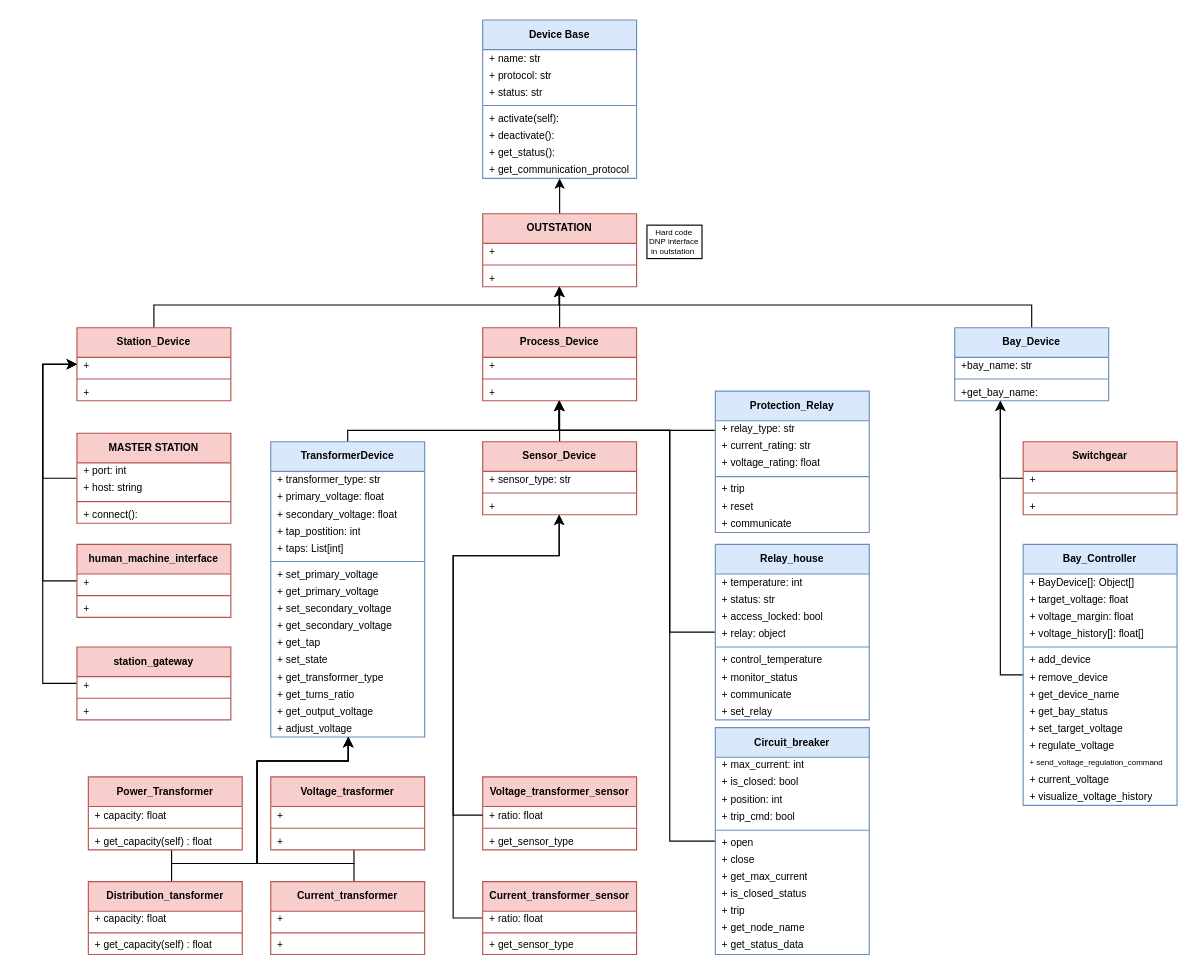
Before: device_modeling/documentation/Class diagram.drawio in cps-vip/cps-cosimulation-env, a draw.io diagram. Source tidied: cells renumbered, new cells numbered last; positions are measured from the earlier drawing's top-left corner, leaving out a move shared by most shapes. Both pictures are drawn from the tidied source at 114%, with x=0, y=0 at pixel (42, 19).
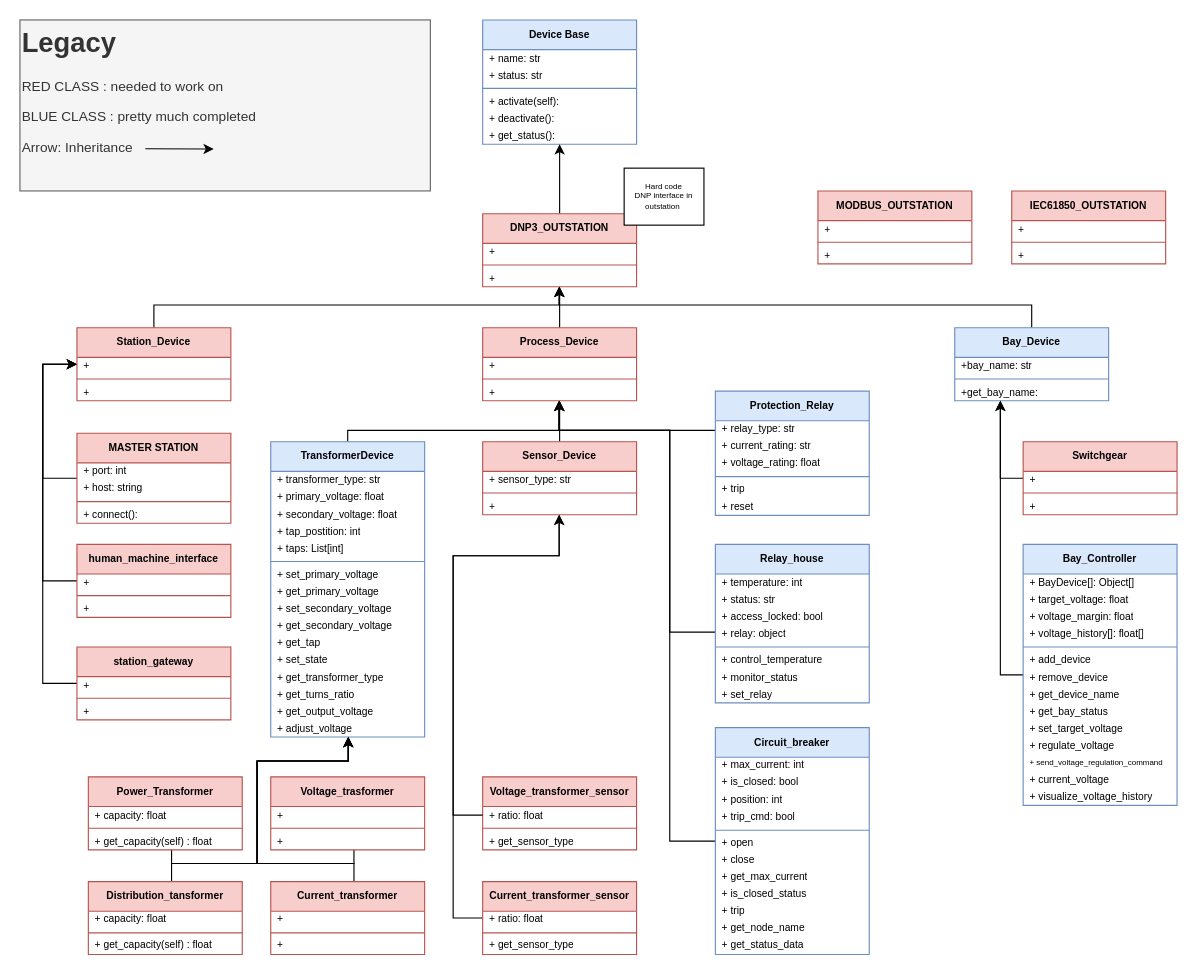
The same diagram, later.

Diff of the diagram source:
```diff
@@
-    <mxCell id="2" value="Hard code&lt;div style=&quot;font-size: 7px;&quot;&gt;DNP interface in outstation&amp;nbsp;&lt;/div&gt;" style="rounded=0;whiteSpace=wrap;html=1;fontSize=7;" parent="1" vertex="1">
-      <mxGeometry x="530" y="180" width="48.3" height="29.3" as="geometry" />
-    </mxCell>
     <mxCell id="3" value="Device Base" style="swimlane;fontStyle=1;align=center;verticalAlign=middle;horizontal=1;startSize=26;whiteSpace=wrap;html=1;fillColor=#dae8fc;strokeColor=#6c8ebf;fontSize=9;spacing=2;" parent="1" vertex="1">
-      <mxGeometry x="385.9" width="135" height="139" as="geometry" />
+      <mxGeometry x="385.9" width="135" height="109" as="geometry" />
     </mxCell>
@@
-    <mxCell id="5" value="+ protocol: str" style="text;strokeColor=none;fillColor=none;align=left;verticalAlign=middle;spacingLeft=4;spacingRight=4;overflow=hidden;whiteSpace=wrap;html=1;fontSize=9;horizontal=1;spacing=2;" parent="3" vertex="1">
-      <mxGeometry y="41" width="135" height="15" as="geometry" />
-    </mxCell>
     <mxCell id="6" value="+ status: str" style="text;strokeColor=none;fillColor=none;align=left;verticalAlign=middle;spacingLeft=4;spacingRight=4;overflow=hidden;whiteSpace=wrap;html=1;fontSize=9;horizontal=1;spacing=2;" parent="3" vertex="1">
-      <mxGeometry y="56" width="135" height="15" as="geometry" />
+      <mxGeometry y="41" width="135" height="15" as="geometry" />
     </mxCell>
     <mxCell id="7" style="line;strokeWidth=1;fillColor=none;align=left;verticalAlign=middle;spacingTop=-1;spacingLeft=3;spacingRight=3;labelPosition=right;strokeColor=inherit;fontSize=9;horizontal=1;spacing=2;" parent="3" vertex="1">
-      <mxGeometry y="71" width="135" height="8" as="geometry" />
+      <mxGeometry y="56" width="135" height="8" as="geometry" />
     </mxCell>
     <mxCell id="8" value="+ activate(self):" style="text;strokeColor=none;fillColor=none;align=left;verticalAlign=middle;spacingLeft=4;spacingRight=4;overflow=hidden;whiteSpace=wrap;html=1;fontSize=9;horizontal=1;spacing=2;" parent="3" vertex="1">
-      <mxGeometry y="79" width="135" height="15" as="geometry" />
+      <mxGeometry y="64" width="135" height="15" as="geometry" />
     </mxCell>
     <mxCell id="9" value="+ deactivate():" style="text;strokeColor=none;fillColor=none;align=left;verticalAlign=middle;spacingLeft=4;spacingRight=4;overflow=hidden;whiteSpace=wrap;html=1;fontSize=9;horizontal=1;spacing=2;" parent="3" vertex="1">
-      <mxGeometry y="94" width="135" height="15" as="geometry" />
+      <mxGeometry y="79" width="135" height="15" as="geometry" />
     </mxCell>
     <mxCell id="10" value="+ get_status():" style="text;strokeColor=none;fillColor=none;align=left;verticalAlign=middle;spacingLeft=4;spacingRight=4;overflow=hidden;whiteSpace=wrap;html=1;fontSize=9;horizontal=1;spacing=2;" parent="3" vertex="1">
-      <mxGeometry y="109" width="135" height="15" as="geometry" />
+      <mxGeometry y="94" width="135" height="15" as="geometry" />
     </mxCell>
-    <mxCell id="11" value="+ get_communication_protocol" style="text;strokeColor=none;fillColor=none;align=left;verticalAlign=middle;spacingLeft=4;spacingRight=4;overflow=hidden;html=1;fontSize=9;whiteSpace=wrap;horizontal=1;spacing=2;" parent="3" vertex="1">
-      <mxGeometry y="124" width="135" height="15" as="geometry" />
-    </mxCell>
@@
-    <mxCell id="13" value="OUTSTATION" style="swimlane;fontStyle=1;align=center;verticalAlign=middle;horizontal=1;startSize=26;whiteSpace=wrap;html=1;fillColor=#f8cecc;strokeColor=#b85450;fontSize=9;spacing=2;" parent="1" vertex="1">
+    <mxCell id="13" value="DNP3_OUTSTATION" style="swimlane;fontStyle=1;align=center;verticalAlign=middle;horizontal=1;startSize=26;whiteSpace=wrap;html=1;fillColor=#f8cecc;strokeColor=#b85450;fontSize=9;spacing=2;" parent="1" vertex="1">
       <mxGeometry x="385.9" y="170" width="135" height="64" as="geometry" />
     </mxCell>
@@
     <mxCell id="92" value="Relay_house" style="swimlane;fontStyle=1;align=center;verticalAlign=middle;horizontal=1;startSize=26;whiteSpace=wrap;html=1;fillColor=#dae8fc;strokeColor=#6c8ebf;fontSize=9;spacing=2;" parent="1" vertex="1">
-      <mxGeometry x="590" y="460" width="135" height="154" as="geometry" />
+      <mxGeometry x="590" y="460" width="135" height="139" as="geometry" />
     </mxCell>
@@
-    <mxCell id="100" value="+ communicate" style="text;strokeColor=none;fillColor=none;align=left;verticalAlign=middle;spacingLeft=4;spacingRight=4;overflow=hidden;whiteSpace=wrap;html=1;fontSize=9;horizontal=1;spacing=2;" parent="92" vertex="1">
-      <mxGeometry y="124" width="135" height="15" as="geometry" />
-    </mxCell>
     <mxCell id="101" value="+ set_relay" style="text;strokeColor=none;fillColor=none;align=left;verticalAlign=middle;spacingLeft=4;spacingRight=4;overflow=hidden;whiteSpace=wrap;html=1;fontSize=9;horizontal=1;spacing=2;" parent="92" vertex="1">
-      <mxGeometry y="139" width="135" height="15" as="geometry" />
+      <mxGeometry y="124" width="135" height="15" as="geometry" />
     </mxCell>
@@
     <mxCell id="103" value="Protection_Relay" style="swimlane;fontStyle=1;align=center;verticalAlign=middle;horizontal=1;startSize=26;whiteSpace=wrap;html=1;fillColor=#dae8fc;strokeColor=#6c8ebf;fontSize=9;spacing=2;" parent="1" vertex="1">
-      <mxGeometry x="590" y="325.6" width="135" height="124" as="geometry" />
+      <mxGeometry x="590" y="325.6" width="135" height="109" as="geometry" />
     </mxCell>
@@
-    <mxCell id="110" value="+ communicate" style="text;strokeColor=none;fillColor=none;align=left;verticalAlign=middle;spacingLeft=4;spacingRight=4;overflow=hidden;whiteSpace=wrap;html=1;fontSize=9;horizontal=1;spacing=2;" parent="103" vertex="1">
-      <mxGeometry y="109" width="135" height="15" as="geometry" />
-    </mxCell>
@@
+    <mxCell id="156" value="MODBUS_OUTSTATION" style="swimlane;fontStyle=1;align=center;verticalAlign=middle;horizontal=1;startSize=26;whiteSpace=wrap;html=1;fillColor=#f8cecc;strokeColor=#b85450;fontSize=9;spacing=2;" parent="1" vertex="1">
+      <mxGeometry x="680" y="150" width="135" height="64" as="geometry" />
+    </mxCell>
+    <mxCell id="157" value="+&amp;nbsp;" style="text;strokeColor=none;fillColor=none;align=left;verticalAlign=middle;spacingLeft=4;spacingRight=4;overflow=hidden;whiteSpace=wrap;html=1;fontSize=9;horizontal=1;spacing=2;" parent="156" vertex="1">
+      <mxGeometry y="26" width="135" height="15" as="geometry" />
+    </mxCell>
+    <mxCell id="158" style="line;strokeWidth=1;fillColor=none;align=left;verticalAlign=middle;spacingTop=-1;spacingLeft=3;spacingRight=3;labelPosition=right;strokeColor=inherit;fontSize=9;horizontal=1;spacing=2;" parent="156" vertex="1">
+      <mxGeometry y="41" width="135" height="8" as="geometry" />
+    </mxCell>
+    <mxCell id="159" value="+" style="text;strokeColor=none;fillColor=none;align=left;verticalAlign=middle;spacingLeft=4;spacingRight=4;overflow=hidden;whiteSpace=wrap;html=1;fontSize=9;horizontal=1;spacing=2;" parent="156" vertex="1">
+      <mxGeometry y="49" width="135" height="15" as="geometry" />
+    </mxCell>
+    <mxCell id="160" value="IEC61850_OUTSTATION" style="swimlane;fontStyle=1;align=center;verticalAlign=middle;horizontal=1;startSize=26;whiteSpace=wrap;html=1;fillColor=#f8cecc;strokeColor=#b85450;fontSize=9;spacing=2;" parent="1" vertex="1">
+      <mxGeometry x="850" y="150" width="135" height="64" as="geometry" />
+    </mxCell>
+    <mxCell id="161" value="+&amp;nbsp;" style="text;strokeColor=none;fillColor=none;align=left;verticalAlign=middle;spacingLeft=4;spacingRight=4;overflow=hidden;whiteSpace=wrap;html=1;fontSize=9;horizontal=1;spacing=2;" parent="160" vertex="1">
+      <mxGeometry y="26" width="135" height="15" as="geometry" />
+    </mxCell>
+    <mxCell id="162" style="line;strokeWidth=1;fillColor=none;align=left;verticalAlign=middle;spacingTop=-1;spacingLeft=3;spacingRight=3;labelPosition=right;strokeColor=inherit;fontSize=9;horizontal=1;spacing=2;" parent="160" vertex="1">
+      <mxGeometry y="41" width="135" height="8" as="geometry" />
+    </mxCell>
+    <mxCell id="163" value="+" style="text;strokeColor=none;fillColor=none;align=left;verticalAlign=middle;spacingLeft=4;spacingRight=4;overflow=hidden;whiteSpace=wrap;html=1;fontSize=9;horizontal=1;spacing=2;" parent="160" vertex="1">
+      <mxGeometry y="49" width="135" height="15" as="geometry" />
+    </mxCell>
+    <mxCell id="164" value="&lt;h1 style=&quot;margin-top: 0px;&quot;&gt;Legacy&lt;/h1&gt;&lt;p&gt;RED CLASS : needed to work on&lt;/p&gt;&lt;p&gt;BLUE CLASS : pretty much completed&lt;/p&gt;&lt;p&gt;Arrow: Inheritance&lt;/p&gt;" style="text;html=1;whiteSpace=wrap;overflow=hidden;rounded=0;fillColor=#f5f5f5;fontColor=#333333;strokeColor=#666666;" parent="1" vertex="1">
+      <mxGeometry x="-20" width="360" height="150" as="geometry" />
+    </mxCell>
+    <mxCell id="165" style="endArrow=classic;html=1;rounded=0;" parent="1" edge="1">
+      <mxGeometry relative="1" as="geometry">
+        <mxPoint x="90" y="113" as="sourcePoint" />
+        <mxPoint x="150" y="113.2" as="targetPoint" />
+      </mxGeometry>
+    </mxCell>
+    <mxCell id="2" value="Hard code&lt;div style=&quot;font-size: 7px;&quot;&gt;DNP interface in outstation&amp;nbsp;&lt;/div&gt;" style="rounded=0;whiteSpace=wrap;html=1;fontSize=7;" parent="1" vertex="1">
+      <mxGeometry x="510" y="130" width="70" height="50" as="geometry" />
+    </mxCell>
```
